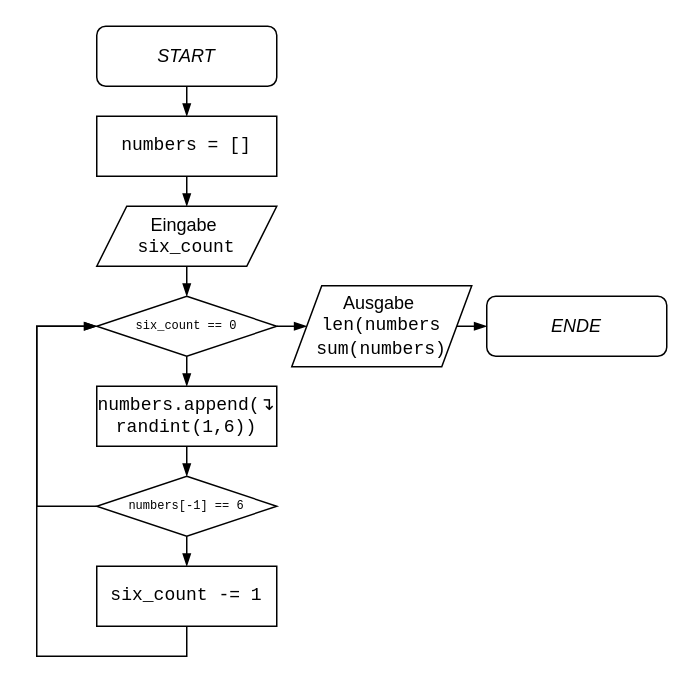
Above: Assets/Struktogramme/1-6.drawio in clemenswitt/pp (draw.io), before the change. Source tidied: cells renumbered, new cells numbered last; positions are measured from the earlier drawing's top-left corner, leaving out a move shared by most shapes. Both pictures are drawn from the tidied source at 150%, with x=0, y=0 at pixel (36, 26).
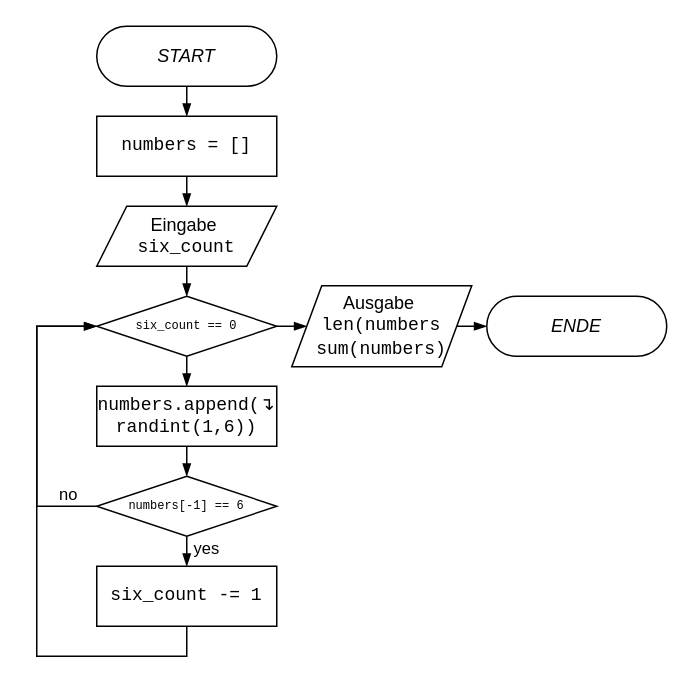
The same diagram, later.

Unchanged cells that the change refers to:
```xml
<mxCell id="10" style="edgeStyle=orthogonalEdgeStyle;rounded=0;jettySize=auto;html=1;exitX=0.5;exitY=1;exitDx=0;exitDy=0;entryX=0.5;entryY=0;entryDx=0;entryDy=0;endArrow=blockThin;endFill=1;" parent="1" edge="1" source="12" target="14">
  <mxGeometry relative="1" as="geometry" />
</mxCell>
<mxCell id="11" style="edgeStyle=orthogonalEdgeStyle;rounded=0;jettySize=auto;html=1;entryX=0;entryY=0.5;entryDx=0;entryDy=0;endArrow=blockThin;endFill=1;" parent="1" edge="1" source="12" target="17">
  <mxGeometry relative="1" as="geometry">
    <Array as="points">
      <mxPoint y="320" />
      <mxPoint y="200" />
    </Array>
  </mxGeometry>
</mxCell>
```

The edit, as a diff of the source:
```diff
@@
-    <mxCell id="3" value="&lt;i&gt;START&lt;/i&gt;" style="rounded=1;whiteSpace=wrap;html=1;" parent="1" vertex="1">
+    <mxCell id="3" value="&lt;i&gt;START&lt;/i&gt;" style="rounded=1;whiteSpace=wrap;html=1;arcSize=50;" parent="1" vertex="1">
       <mxGeometry x="40" width="120" height="40" as="geometry" />
     </mxCell>
@@
+    <mxCell id="21" value="yes" style="edgeLabel;html=1;align=left;verticalAlign=middle;spacingLeft=3;" parent="10" vertex="1">
+      <mxGeometry x="-0.28" relative="1" as="geometry" />
+    </mxCell>
@@
+    <mxCell id="22" value="no" style="edgeLabel;html=1;align=center;verticalAlign=middle;spacingBottom=17;" parent="11" vertex="1">
+      <mxGeometry x="-0.76" relative="1" as="geometry">
+        <mxPoint x="4" as="offset" />
+      </mxGeometry>
+    </mxCell>
@@
-    <mxCell id="18" value="&lt;i&gt;ENDE&lt;/i&gt;" style="rounded=1;whiteSpace=wrap;html=1;" parent="1" vertex="1">
+    <mxCell id="18" value="&lt;i&gt;ENDE&lt;/i&gt;" style="rounded=1;whiteSpace=wrap;html=1;arcSize=50;" parent="1" vertex="1">
       <mxGeometry x="300" y="180" width="120" height="40" as="geometry" />
     </mxCell>
```
